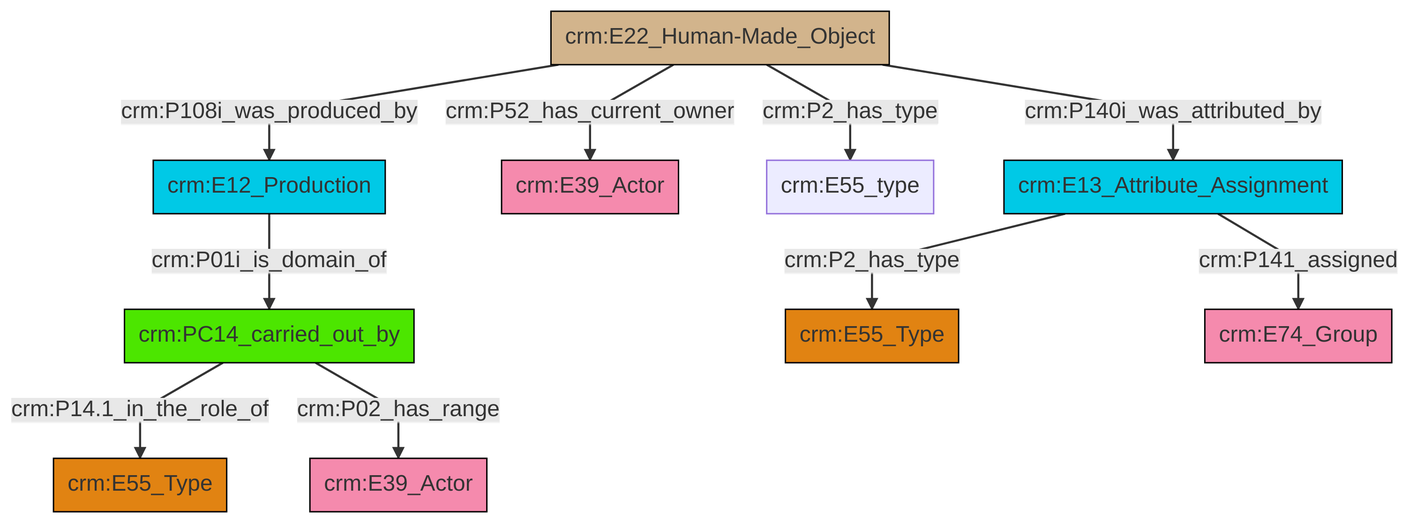
Before: et/builtWorkCSV/ttl/mmd/png/Built_Work_actor_relations.png, a diagram exported from Mermaid (swiss-art-research-net/docs.swissartresearch). Its source is kept beside it as et/builtWorkCSV/ttl/mmd/Built_Work_actor_relations.ttl.mmd.
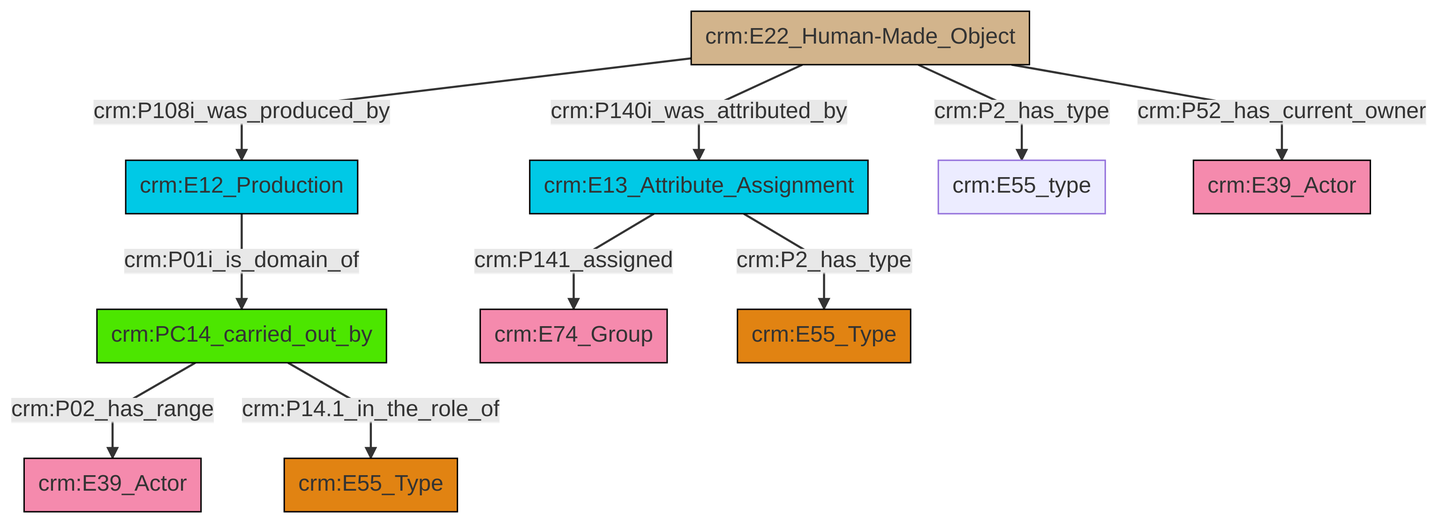
The same file after the commit.

What changed in the source:
```diff
@@ -13,12 +13,12 @@
 classDef PC_Classes fill:#4ce600, stroke:#000000;
 classDef Multi fill:#cccccc,stroke:#000000;
 
-2["crm:E13_Attribute_Assignment"]:::Temporal_Entity -->|crm:P2_has_type| 6["crm:E55_Type"]:::Type
-0["crm:E22_Human-Made_Object"]:::Physical_Thing -->|crm:P2_has_type| 13["crm:E55_type"]:::Default
-14["crm:E12_Production"]:::Temporal_Entity -->|crm:P01i_is_domain_of| 4["crm:PC14_carried_out_by"]:::PC_Classes
-4["crm:PC14_carried_out_by"]:::PC_Classes -->|crm:P14.1_in_the_role_of| 16["crm:E55_Type"]:::Type
-2["crm:E13_Attribute_Assignment"]:::Temporal_Entity -->|crm:P141_assigned| 11["crm:E74_Group"]:::Actor
-0["crm:E22_Human-Made_Object"]:::Physical_Thing -->|crm:P108i_was_produced_by| 14["crm:E12_Production"]:::Temporal_Entity
-4["crm:PC14_carried_out_by"]:::PC_Classes -->|crm:P02_has_range| 7["crm:E39_Actor"]:::Actor
-0["crm:E22_Human-Made_Object"]:::Physical_Thing -->|crm:P140i_was_attributed_by| 2["crm:E13_Attribute_Assignment"]:::Temporal_Entity
-0["crm:E22_Human-Made_Object"]:::Physical_Thing -->|crm:P52_has_current_owner| 9["crm:E39_Actor"]:::Actor
+0["crm:E13_Attribute_Assignment"]:::Temporal_Entity -->|crm:P141_assigned| 1["crm:E74_Group"]:::Actor
+2["crm:E22_Human-Made_Object"]:::Physical_Thing -->|crm:P108i_was_produced_by| 3["crm:E12_Production"]:::Temporal_Entity
+3["crm:E12_Production"]:::Temporal_Entity -->|crm:P01i_is_domain_of| 6["crm:PC14_carried_out_by"]:::PC_Classes
+6["crm:PC14_carried_out_by"]:::PC_Classes -->|crm:P02_has_range| 7["crm:E39_Actor"]:::Actor
+6["crm:PC14_carried_out_by"]:::PC_Classes -->|crm:P14.1_in_the_role_of| 4["crm:E55_Type"]:::Type
+2["crm:E22_Human-Made_Object"]:::Physical_Thing -->|crm:P140i_was_attributed_by| 0["crm:E13_Attribute_Assignment"]:::Temporal_Entity
+0["crm:E13_Attribute_Assignment"]:::Temporal_Entity -->|crm:P2_has_type| 9["crm:E55_Type"]:::Type
+2["crm:E22_Human-Made_Object"]:::Physical_Thing -->|crm:P2_has_type| 14["crm:E55_type"]:::Default
+2["crm:E22_Human-Made_Object"]:::Physical_Thing -->|crm:P52_has_current_owner| 12["crm:E39_Actor"]:::Actor
```
